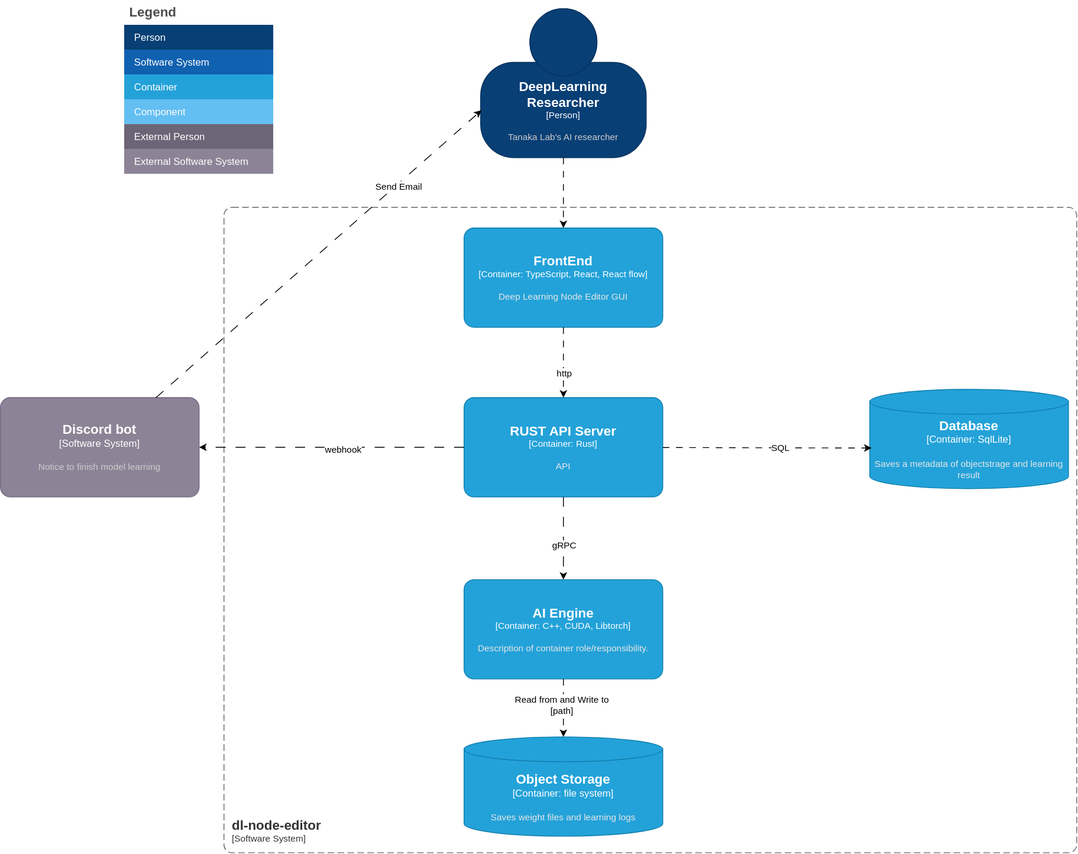
Earlier version of the draw.io export docs/images/structure-C4.svg (di-go11/dl-node-editor). Source tidied: cells renumbered, new cells last; positions are measured from the earlier drawing's top-left corner, leaving out a move shared by most shapes. Source of this version:
```xml
<mxGraphModel>
  <root>
    <mxCell id="0" />
    <mxCell id="1" parent="0" />
    <object id="2" label="&lt;font style=&quot;font-size: 16px&quot;&gt;&lt;b&gt;%c4Name%&lt;/b&gt;&lt;/font&gt;&lt;div&gt;[%c4Type%: %c4Technology%]&lt;/div&gt;&lt;br&gt;&lt;div&gt;&lt;font style=&quot;font-size: 11px&quot;&gt;&lt;font color=&quot;#E6E6E6&quot;&gt;%c4Description%&lt;/font&gt;&lt;/div&gt;" c4Description="API" c4Name="RUST API Server" c4Technology="Rust" c4Type="Container" placeholders="1">
      <mxCell style="rounded=1;whiteSpace=wrap;html=1;fontSize=11;labelBackgroundColor=none;fillColor=#23A2D9;fontColor=#ffffff;align=center;arcSize=10;strokeColor=#0E7DAD;points=[[0.25,0,0],[0.5,0,0],[0.75,0,0],[1,0.25,0],[1,0.5,0],[1,0.75,0],[0.75,1,0],[0.5,1,0],[0.25,1,0],[0,0.75,0],[0,0.5,0],[0,0.25,0]];" parent="1" vertex="1">
        <mxGeometry x="560" y="480" width="240" height="120" as="geometry" />
      </mxCell>
    </object>
    <object id="3" label="&lt;font style=&quot;font-size: 16px&quot;&gt;&lt;b&gt;%c4Name%&lt;/b&gt;&lt;/font&gt;&lt;div&gt;[%c4Type%: %c4Technology%]&lt;/div&gt;&lt;br&gt;&lt;div&gt;&lt;font style=&quot;font-size: 11px&quot;&gt;&lt;font color=&quot;#E6E6E6&quot;&gt;%c4Description%&lt;/font&gt;&lt;/div&gt;" c4Description="Deep Learning Node Editor GUI" c4Name="FrontEnd" c4Technology="TypeScript, React, React flow" c4Type="Container" placeholders="1">
      <mxCell style="rounded=1;whiteSpace=wrap;html=1;fontSize=11;labelBackgroundColor=none;fillColor=#23A2D9;fontColor=#ffffff;align=center;arcSize=10;strokeColor=#0E7DAD;points=[[0.25,0,0],[0.5,0,0],[0.75,0,0],[1,0.25,0],[1,0.5,0],[1,0.75,0],[0.75,1,0],[0.5,1,0],[0.25,1,0],[0,0.75,0],[0,0.5,0],[0,0.25,0]];" parent="1" vertex="1">
        <mxGeometry x="560" y="275" width="240" height="120" as="geometry" />
      </mxCell>
    </object>
    <object id="4" label="&lt;font style=&quot;font-size: 16px&quot;&gt;&lt;b&gt;%c4Name%&lt;/b&gt;&lt;/font&gt;&lt;div&gt;[%c4Type%]&lt;/div&gt;&lt;br&gt;&lt;div&gt;&lt;font style=&quot;font-size: 11px&quot;&gt;&lt;font color=&quot;#cccccc&quot;&gt;%c4Description%&lt;/font&gt;&lt;/div&gt;" c4Description="Tanaka Lab's AI researcher" c4Name="DeepLearning Researcher" c4Type="Person" placeholders="1">
      <mxCell style="html=1;fontSize=11;dashed=0;whiteSpace=wrap;fillColor=#083F75;strokeColor=#06315C;fontColor=#ffffff;shape=mxgraph.c4.person2;align=center;points=[[0.5,0,0],[1,0.5,0],[1,0.75,0],[0.75,1,0],[0.5,1,0],[0.25,1,0],[0,0.75,0],[0,0.5,0]];" parent="1" vertex="1">
        <mxGeometry x="580" y="10" width="200" height="180" as="geometry" />
      </mxCell>
    </object>
    <mxCell id="5" style="edgeStyle=none;html=1;entryX=0.5;entryY=0;entryDx=0;entryDy=0;entryPerimeter=0;dashed=1;dashPattern=8 8;" parent="1" edge="1" source="4" target="3">
      <mxGeometry relative="1" as="geometry" />
    </mxCell>
    <mxCell id="6" style="edgeStyle=none;html=1;entryX=0.5;entryY=0;entryDx=0;entryDy=0;entryPerimeter=0;dashed=1;dashPattern=8 8;exitX=0.5;exitY=1;exitDx=0;exitDy=0;exitPerimeter=0;" parent="1" edge="1" source="3" target="2">
      <mxGeometry relative="1" as="geometry" />
    </mxCell>
    <mxCell id="7" value="http" style="edgeLabel;html=1;align=center;verticalAlign=middle;" parent="6" vertex="1">
      <mxGeometry x="0.34" y="3" relative="1" as="geometry">
        <mxPoint x="-3" y="-2" as="offset" />
      </mxGeometry>
    </mxCell>
    <object id="8" label="&lt;font style=&quot;font-size: 16px&quot;&gt;&lt;b&gt;%c4Name%&lt;/b&gt;&lt;/font&gt;&lt;div&gt;[%c4Type%: %c4Technology%]&lt;/div&gt;&lt;br&gt;&lt;div&gt;&lt;font style=&quot;font-size: 11px&quot;&gt;&lt;font color=&quot;#E6E6E6&quot;&gt;%c4Description%&lt;/font&gt;&lt;/div&gt;" c4Description="Description of container role/responsibility." c4Name="AI Engine" c4Technology="C++, CUDA, Libtorch" c4Type="Container" placeholders="1">
      <mxCell style="rounded=1;whiteSpace=wrap;html=1;fontSize=11;labelBackgroundColor=none;fillColor=#23A2D9;fontColor=#ffffff;align=center;arcSize=10;strokeColor=#0E7DAD;points=[[0.25,0,0],[0.5,0,0],[0.75,0,0],[1,0.25,0],[1,0.5,0],[1,0.75,0],[0.75,1,0],[0.5,1,0],[0.25,1,0],[0,0.75,0],[0,0.5,0],[0,0.25,0]];" parent="1" vertex="1">
        <mxGeometry x="560" y="700" width="240" height="120" as="geometry" />
      </mxCell>
    </object>
    <mxCell id="9" style="edgeStyle=none;html=1;entryX=0.5;entryY=0;entryDx=0;entryDy=0;entryPerimeter=0;dashed=1;dashPattern=12 12;" parent="1" edge="1" target="8">
      <mxGeometry relative="1" as="geometry">
        <mxPoint x="680" y="600" as="sourcePoint" />
      </mxGeometry>
    </mxCell>
    <mxCell id="10" value="gRPC" style="edgeLabel;html=1;align=center;verticalAlign=middle;" parent="9" vertex="1">
      <mxGeometry x="0.18" relative="1" as="geometry" />
    </mxCell>
    <object id="11" label="&lt;font style=&quot;font-size: 16px&quot;&gt;&lt;b&gt;&lt;div style=&quot;text-align: left&quot;&gt;%c4Name%&lt;/div&gt;&lt;/b&gt;&lt;/font&gt;&lt;div style=&quot;text-align: left&quot;&gt;[%c4Application%]&lt;/div&gt;" c4Application="Software System" c4Name="dl-node-editor" c4Type="SystemScopeBoundary" placeholders="1">
      <mxCell style="rounded=1;fontSize=11;whiteSpace=wrap;html=1;dashed=1;arcSize=20;fillColor=none;strokeColor=#666666;fontColor=#333333;labelBackgroundColor=none;align=left;verticalAlign=bottom;labelBorderColor=none;spacingTop=0;spacing=10;dashPattern=8 4;perimeter=rectanglePerimeter;noLabel=0;labelPadding=0;absoluteArcSize=1;" parent="1" vertex="1">
        <mxGeometry x="270" y="250" width="1030" height="780" as="geometry" />
      </mxCell>
    </object>
    <object id="12" label="&lt;font style=&quot;font-size: 16px&quot;&gt;&lt;b&gt;%c4Name%&lt;/b&gt;&lt;/font&gt;&lt;div&gt;[%c4Type%]&lt;/div&gt;&lt;br&gt;&lt;div&gt;&lt;font style=&quot;font-size: 11px&quot;&gt;&lt;font color=&quot;#cccccc&quot;&gt;%c4Description%&lt;/font&gt;&lt;/div&gt;" c4Description="Notice to finish model learning" c4Name="Discord bot" c4Type="Software System" placeholders="1">
      <mxCell style="rounded=1;whiteSpace=wrap;html=1;labelBackgroundColor=none;fillColor=#8C8496;fontColor=#ffffff;align=center;arcSize=10;strokeColor=#736782;points=[[0.25,0,0],[0.5,0,0],[0.75,0,0],[1,0.25,0],[1,0.5,0],[1,0.75,0],[0.75,1,0],[0.5,1,0],[0.25,1,0],[0,0.75,0],[0,0.5,0],[0,0.25,0]];" parent="1" vertex="1">
        <mxGeometry y="480" width="240" height="120" as="geometry" />
      </mxCell>
    </object>
    <mxCell id="13" style="edgeStyle=none;html=1;dashed=1;dashPattern=12 12;" parent="1" edge="1" source="2" target="12">
      <mxGeometry relative="1" as="geometry" />
    </mxCell>
    <mxCell id="14" value="webhook" style="edgeLabel;html=1;align=center;verticalAlign=middle;inheritText=1;" parent="13" vertex="1">
      <mxGeometry x="-0.08" y="2" relative="1" as="geometry" />
    </mxCell>
    <mxCell id="15" style="edgeStyle=none;html=1;entryX=0.005;entryY=0.682;entryDx=0;entryDy=0;entryPerimeter=0;dashed=1;dashPattern=12 12;" parent="1" edge="1" source="12" target="4">
      <mxGeometry relative="1" as="geometry" />
    </mxCell>
    <mxCell id="16" value="Send Email" style="edgeLabel;html=1;align=center;verticalAlign=middle;" parent="15" vertex="1">
      <mxGeometry x="0.48" y="-2" relative="1" as="geometry" />
    </mxCell>
    <mxCell id="17" value="Legend" style="shape=table;startSize=30;fontSize=16;align=left;verticalAlign=top;fillColor=none;strokeColor=none;fontColor=#4D4D4D;fontStyle=1;spacingLeft=6;spacing=0;" parent="1" vertex="1">
      <mxGeometry x="150" width="180" height="210" as="geometry" />
    </mxCell>
    <mxCell id="18" style="shape=tableRow;horizontal=0;startSize=0;swimlaneHead=0;swimlaneBody=0;strokeColor=inherit;top=0;left=0;bottom=0;right=0;fillColor=none;fontSize=12;" parent="17" vertex="1">
      <mxGeometry y="30" width="180" height="30" as="geometry" />
    </mxCell>
    <mxCell id="19" value="Person" style="shape=partialRectangle;html=1;whiteSpace=wrap;strokeColor=inherit;overflow=hidden;fillColor=#083F75;top=0;left=0;bottom=0;right=0;fontSize=12;align=left;fontColor=#FFFFFF;gradientColor=none;spacingLeft=10;spacingRight=4;" parent="18" vertex="1">
      <mxGeometry width="180" height="30" as="geometry" />
    </mxCell>
    <mxCell id="20" style="shape=tableRow;horizontal=0;startSize=0;swimlaneHead=0;swimlaneBody=0;strokeColor=inherit;top=0;left=0;bottom=0;right=0;fillColor=none;fontSize=12;" parent="17" vertex="1">
      <mxGeometry y="60" width="180" height="30" as="geometry" />
    </mxCell>
    <mxCell id="21" value="Software System" style="shape=partialRectangle;html=1;whiteSpace=wrap;strokeColor=inherit;overflow=hidden;fillColor=#1061B0;top=0;left=0;bottom=0;right=0;fontSize=12;align=left;fontColor=#FFFFFF;gradientColor=none;spacingLeft=10;spacingRight=4;" parent="20" vertex="1">
      <mxGeometry width="180" height="30" as="geometry" />
    </mxCell>
    <mxCell id="22" style="shape=tableRow;horizontal=0;startSize=0;swimlaneHead=0;swimlaneBody=0;strokeColor=inherit;top=0;left=0;bottom=0;right=0;fillColor=none;fontSize=12;" parent="17" vertex="1">
      <mxGeometry y="90" width="180" height="30" as="geometry" />
    </mxCell>
    <mxCell id="23" value="Container" style="shape=partialRectangle;html=1;whiteSpace=wrap;strokeColor=inherit;overflow=hidden;fillColor=#23A2D9;top=0;left=0;bottom=0;right=0;fontSize=12;align=left;fontColor=#FFFFFF;gradientColor=none;spacingLeft=10;spacingRight=4;" parent="22" vertex="1">
      <mxGeometry width="180" height="30" as="geometry" />
    </mxCell>
    <mxCell id="24" style="shape=tableRow;horizontal=0;startSize=0;swimlaneHead=0;swimlaneBody=0;strokeColor=inherit;top=0;left=0;bottom=0;right=0;fillColor=none;fontSize=12;" parent="17" vertex="1">
      <mxGeometry y="120" width="180" height="30" as="geometry" />
    </mxCell>
    <mxCell id="25" value="Component" style="shape=partialRectangle;html=1;whiteSpace=wrap;strokeColor=inherit;overflow=hidden;fillColor=#63BEF2;top=0;left=0;bottom=0;right=0;fontSize=12;align=left;fontColor=#FFFFFF;gradientColor=none;spacingLeft=10;spacingRight=4;" parent="24" vertex="1">
      <mxGeometry width="180" height="30" as="geometry" />
    </mxCell>
    <mxCell id="26" style="shape=tableRow;horizontal=0;startSize=0;swimlaneHead=0;swimlaneBody=0;strokeColor=inherit;top=0;left=0;bottom=0;right=0;fillColor=none;fontSize=12;" parent="17" vertex="1">
      <mxGeometry y="150" width="180" height="30" as="geometry" />
    </mxCell>
    <mxCell id="27" value="External Person" style="shape=partialRectangle;html=1;whiteSpace=wrap;strokeColor=inherit;overflow=hidden;fillColor=#6C6477;top=0;left=0;bottom=0;right=0;fontSize=12;align=left;fontColor=#FFFFFF;gradientColor=none;spacingLeft=10;spacingRight=4;" parent="26" vertex="1">
      <mxGeometry width="180" height="30" as="geometry" />
    </mxCell>
    <mxCell id="28" style="shape=tableRow;horizontal=0;startSize=0;swimlaneHead=0;swimlaneBody=0;strokeColor=inherit;top=0;left=0;bottom=0;right=0;fillColor=none;fontSize=12;" parent="17" vertex="1">
      <mxGeometry y="180" width="180" height="30" as="geometry" />
    </mxCell>
    <mxCell id="29" value="External Software System" style="shape=partialRectangle;html=1;whiteSpace=wrap;strokeColor=inherit;overflow=hidden;fillColor=#8C8496;top=0;left=0;bottom=0;right=0;fontSize=12;align=left;fontColor=#FFFFFF;gradientColor=none;spacingLeft=10;spacingRight=4;" parent="28" vertex="1">
      <mxGeometry width="180" height="30" as="geometry" />
    </mxCell>
    <object id="30" label="&lt;font style=&quot;font-size: 16px&quot;&gt;&lt;b&gt;%c4Name%&lt;/b&gt;&lt;/font&gt;&lt;div&gt;[%c4Type%:&amp;nbsp;%c4Technology%]&lt;/div&gt;&lt;br&gt;&lt;div&gt;&lt;font style=&quot;font-size: 11px&quot;&gt;&lt;font color=&quot;#E6E6E6&quot;&gt;%c4Description%&lt;/font&gt;&lt;/div&gt;" c4Description="Saves a metadata of objectstrage and learning result" c4Name="Database" c4Technology="SqlLite" c4Type="Container" placeholders="1">
      <mxCell style="shape=cylinder3;size=15;whiteSpace=wrap;html=1;boundedLbl=1;rounded=0;labelBackgroundColor=none;fillColor=#23A2D9;fontSize=12;fontColor=#ffffff;align=center;strokeColor=#0E7DAD;points=[[0.5,0,0],[1,0.25,0],[1,0.5,0],[1,0.75,0],[0.5,1,0],[0,0.75,0],[0,0.5,0],[0,0.25,0]];" parent="1" vertex="1">
        <mxGeometry x="1050" y="470" width="240" height="120" as="geometry" />
      </mxCell>
    </object>
    <mxCell id="31" style="edgeStyle=none;html=1;entryX=0.009;entryY=0.591;entryDx=0;entryDy=0;entryPerimeter=0;dashed=1;dashPattern=8 8;" parent="1" edge="1" source="2" target="30">
      <mxGeometry relative="1" as="geometry" />
    </mxCell>
    <mxCell id="32" value="SQL" style="edgeLabel;html=1;align=center;verticalAlign=middle;" parent="31" vertex="1">
      <mxGeometry x="0.13" relative="1" as="geometry" />
    </mxCell>
    <object id="33" label="&lt;font style=&quot;font-size: 16px&quot;&gt;&lt;b&gt;%c4Name%&lt;/b&gt;&lt;/font&gt;&lt;div&gt;[%c4Type%:&amp;nbsp;%c4Technology%]&lt;/div&gt;&lt;br&gt;&lt;div&gt;&lt;font style=&quot;font-size: 11px&quot;&gt;&lt;font color=&quot;#E6E6E6&quot;&gt;%c4Description%&lt;/font&gt;&lt;/div&gt;" c4Description="Saves weight files and learning logs" c4Name="Object Storage" c4Technology="file system" c4Type="Container" placeholders="1">
      <mxCell style="shape=cylinder3;size=15;whiteSpace=wrap;html=1;boundedLbl=1;rounded=0;labelBackgroundColor=none;fillColor=#23A2D9;fontSize=12;fontColor=#ffffff;align=center;strokeColor=#0E7DAD;points=[[0.5,0,0],[1,0.25,0],[1,0.5,0],[1,0.75,0],[0.5,1,0],[0,0.75,0],[0,0.5,0],[0,0.25,0]];" parent="1" vertex="1">
        <mxGeometry x="560" y="890" width="240" height="120" as="geometry" />
      </mxCell>
    </object>
    <mxCell id="34" style="edgeStyle=none;html=1;entryX=0.5;entryY=0;entryDx=0;entryDy=0;entryPerimeter=0;dashed=1;dashPattern=8 8;" parent="1" edge="1" source="8" target="33">
      <mxGeometry relative="1" as="geometry" />
    </mxCell>
    <mxCell id="35" value="Read from and Write to&lt;div&gt;[path]&lt;/div&gt;" style="edgeLabel;html=1;align=center;verticalAlign=middle;" parent="34" vertex="1">
      <mxGeometry x="-0.11" y="-3" relative="1" as="geometry" />
    </mxCell>
  </root>
</mxGraphModel>
```
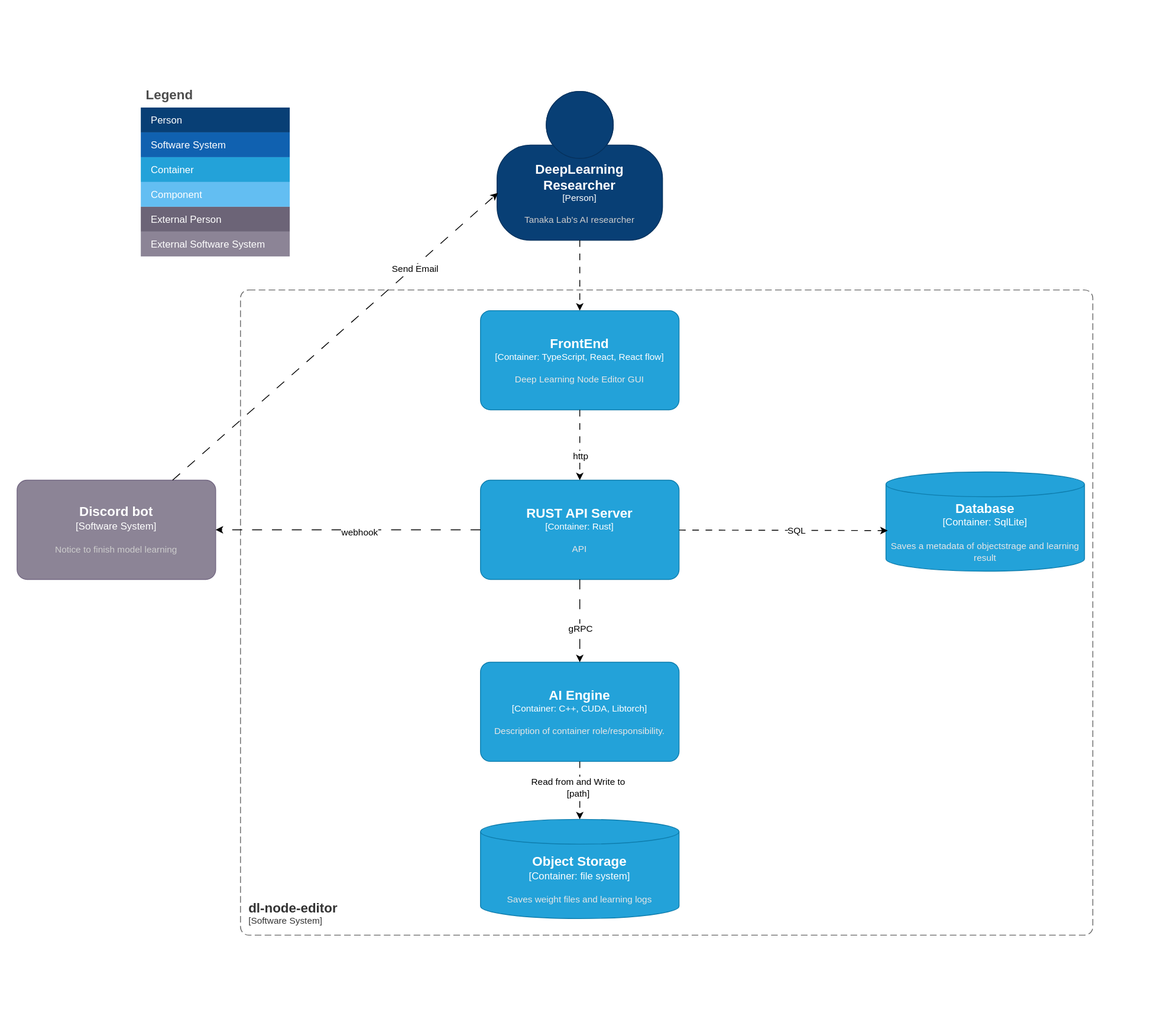
Above is the later version.

Diff of the diagram source:
```diff
@@ -2,6 +2,9 @@
   <root>
     <mxCell id="0" />
     <mxCell id="1" parent="0" />
+    <mxCell id="36" style="rounded=1;whiteSpace=wrap;html=1;roundedPerimeter=1;strokeColor=none;" parent="1" vertex="1">
+      <mxGeometry x="-20" y="-100" width="1410" height="1220" as="geometry" />
+    </mxCell>
     <object id="2" label="&lt;font style=&quot;font-size: 16px&quot;&gt;&lt;b&gt;%c4Name%&lt;/b&gt;&lt;/font&gt;&lt;div&gt;[%c4Type%: %c4Technology%]&lt;/div&gt;&lt;br&gt;&lt;div&gt;&lt;font style=&quot;font-size: 11px&quot;&gt;&lt;font color=&quot;#E6E6E6&quot;&gt;%c4Description%&lt;/font&gt;&lt;/div&gt;" c4Description="API" c4Name="RUST API Server" c4Technology="Rust" c4Type="Container" placeholders="1">
       <mxCell style="rounded=1;whiteSpace=wrap;html=1;fontSize=11;labelBackgroundColor=none;fillColor=#23A2D9;fontColor=#ffffff;align=center;arcSize=10;strokeColor=#0E7DAD;points=[[0.25,0,0],[0.5,0,0],[0.75,0,0],[1,0.25,0],[1,0.5,0],[1,0.75,0],[0.75,1,0],[0.5,1,0],[0.25,1,0],[0,0.75,0],[0,0.5,0],[0,0.25,0]];" parent="1" vertex="1">
         <mxGeometry x="560" y="480" width="240" height="120" as="geometry" />
```
